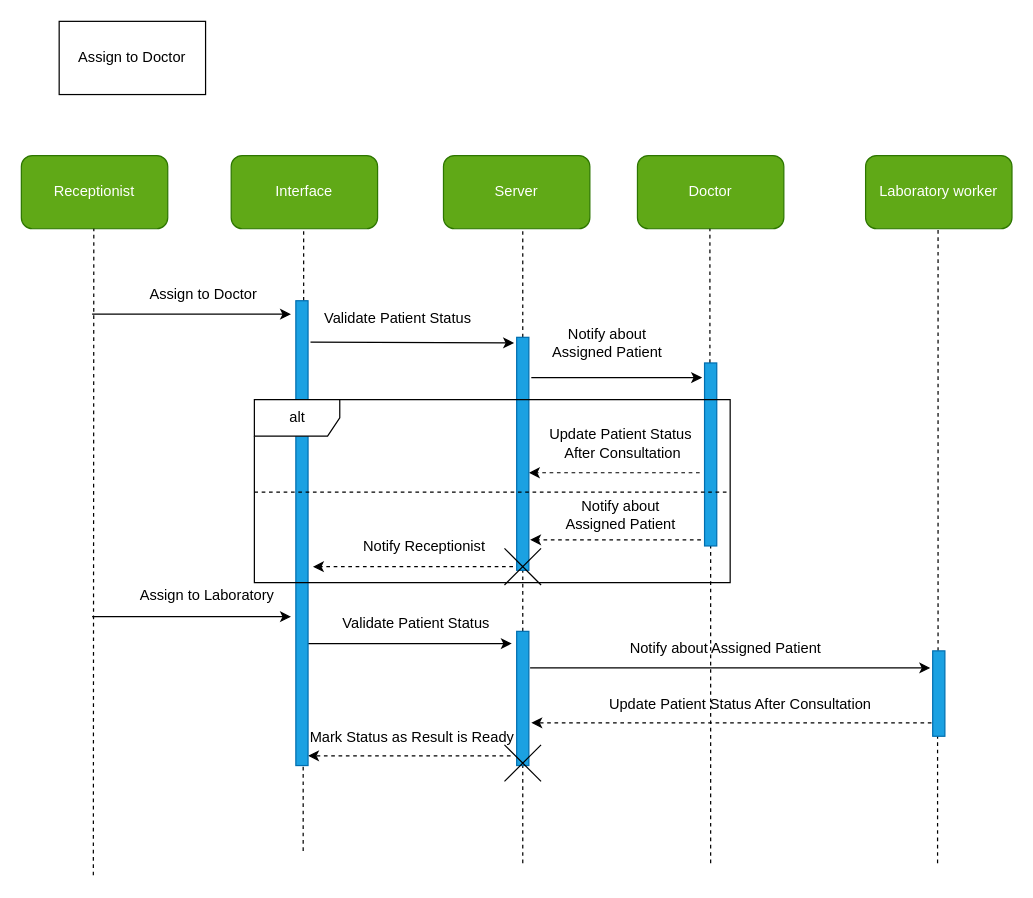
The draw.io diagram UseCase_Diagram/Sisay/Role.dio in Nama21yo/SDS-EMR, before the edit. Source tidied: cells renumbered, new cells numbered last; positions are measured from the earlier drawing's top-left corner, leaving out a move shared by most shapes. Both pictures are drawn from the tidied source at 122%, with x=0, y=0 at pixel (21, 21).
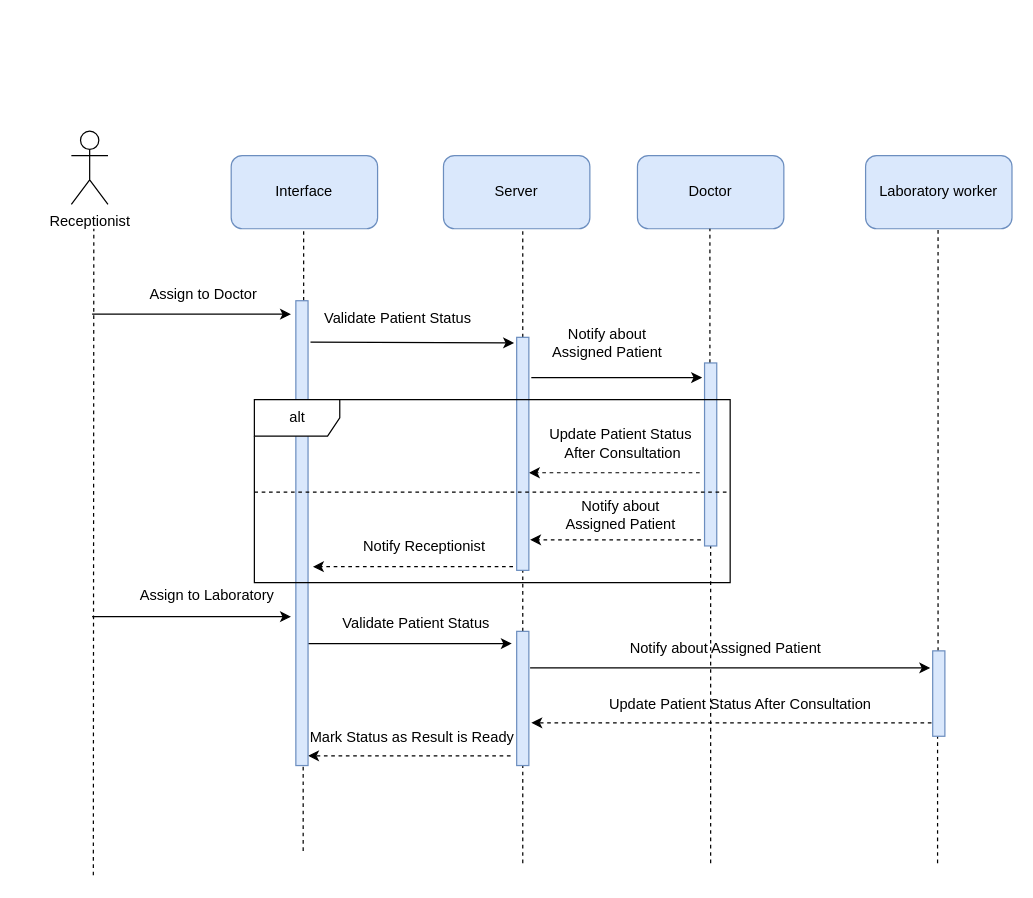
Above is the later version.

The change refers to these unchanged cells:
```xml
<mxCell id="43" value="alt" style="shape=umlFrame;tabWidth=110;tabHeight=30;tabPosition=left;html=1;boundedLbl=1;labelInHeader=1;width=70;height=30;" parent="1" vertex="1">
  <mxGeometry x="191" y="310" width="390" height="150" as="geometry" />
</mxCell>
```

Diff of the diagram source:
```diff
@@
-<mxGraphModel>
+<mxGraphModel background="#ffffff">
@@
-    <mxCell id="2" value="Assign to Doctor" style="rounded=0;whiteSpace=wrap;html=1;" parent="1" vertex="1">
-      <mxGeometry x="31" width="120" height="60" as="geometry" />
-    </mxCell>
-    <mxCell id="3" value="Receptionist" style="rounded=1;whiteSpace=wrap;html=1;fillColor=#60a917;fontColor=#ffffff;strokeColor=#2D7600;" parent="1" vertex="1">
-      <mxGeometry y="110" width="120" height="60" as="geometry" />
-    </mxCell>
-    <mxCell id="4" value="Interface" style="rounded=1;whiteSpace=wrap;html=1;fillColor=#60a917;fontColor=#ffffff;strokeColor=#2D7600;" parent="1" vertex="1">
+    <mxCell id="4" value="Interface" style="rounded=1;whiteSpace=wrap;html=1;fillColor=#dae8fc;strokeColor=#6c8ebf;" parent="1" vertex="1">
       <mxGeometry x="172" y="110" width="120" height="60" as="geometry" />
     </mxCell>
-    <mxCell id="5" value="Doctor" style="rounded=1;whiteSpace=wrap;html=1;fillColor=#60a917;fontColor=#ffffff;strokeColor=#2D7600;" parent="1" vertex="1">
+    <mxCell id="5" value="Doctor" style="rounded=1;whiteSpace=wrap;html=1;fillColor=#dae8fc;strokeColor=#6c8ebf;" parent="1" vertex="1">
       <mxGeometry x="505" y="110" width="120" height="60" as="geometry" />
     </mxCell>
-    <mxCell id="6" value="Laboratory worker" style="rounded=1;whiteSpace=wrap;html=1;fillColor=#60a917;fontColor=#ffffff;strokeColor=#2D7600;" parent="1" vertex="1">
+    <mxCell id="6" value="Laboratory worker" style="rounded=1;whiteSpace=wrap;html=1;fillColor=#dae8fc;strokeColor=#6c8ebf;" parent="1" vertex="1">
       <mxGeometry x="692" y="110" width="120" height="60" as="geometry" />
     </mxCell>
@@
-    <mxCell id="26" value="Server" style="rounded=1;whiteSpace=wrap;html=1;fillColor=#60a917;fontColor=#ffffff;strokeColor=#2D7600;" parent="1" vertex="1">
+    <mxCell id="26" value="Server" style="rounded=1;whiteSpace=wrap;html=1;fillColor=#dae8fc;strokeColor=#6c8ebf;" parent="1" vertex="1">
       <mxGeometry x="346" y="110" width="120" height="60" as="geometry" />
     </mxCell>
@@
-    <mxCell id="36" style="html=1;points=[];perimeter=orthogonalPerimeter;fillColor=#1ba1e2;fontColor=#ffffff;strokeColor=#006EAF;" parent="1" vertex="1">
+    <mxCell id="36" style="html=1;points=[];perimeter=orthogonalPerimeter;fillColor=#dae8fc;strokeColor=#6c8ebf;" parent="1" vertex="1">
       <mxGeometry x="225" y="229" width="10" height="381" as="geometry" />
     </mxCell>
@@
-    <mxCell id="38" style="html=1;points=[];perimeter=orthogonalPerimeter;fillColor=#1ba1e2;fontColor=#ffffff;strokeColor=#006EAF;" parent="1" vertex="1">
+    <mxCell id="38" style="html=1;points=[];perimeter=orthogonalPerimeter;fillColor=#dae8fc;strokeColor=#6c8ebf;" parent="1" vertex="1">
       <mxGeometry x="406" y="259" width="10" height="191" as="geometry" />
     </mxCell>
@@
-    <mxCell id="40" style="html=1;points=[];perimeter=orthogonalPerimeter;fillColor=#1ba1e2;fontColor=#ffffff;strokeColor=#006EAF;" parent="1" vertex="1">
+    <mxCell id="40" style="html=1;points=[];perimeter=orthogonalPerimeter;fillColor=#dae8fc;strokeColor=#6c8ebf;" parent="1" vertex="1">
       <mxGeometry x="560" y="280" width="10" height="150" as="geometry" />
     </mxCell>
@@
-    <mxCell id="42" style="html=1;points=[];perimeter=orthogonalPerimeter;fillColor=#1ba1e2;fontColor=#ffffff;strokeColor=#006EAF;" parent="1" vertex="1">
+    <mxCell id="42" style="html=1;points=[];perimeter=orthogonalPerimeter;fillColor=#dae8fc;strokeColor=#6c8ebf;" parent="1" vertex="1">
       <mxGeometry x="747" y="516" width="10" height="70" as="geometry" />
     </mxCell>
@@
-    <mxCell id="45" style="shape=umlDestroy;" parent="43" vertex="1">
-      <mxGeometry x="205" y="122" width="30" height="30" as="geometry" />
-    </mxCell>
@@
-    <mxCell id="47" style="html=1;points=[];perimeter=orthogonalPerimeter;fillColor=#1ba1e2;fontColor=#ffffff;strokeColor=#006EAF;" parent="1" vertex="1">
+    <mxCell id="47" style="html=1;points=[];perimeter=orthogonalPerimeter;fillColor=#dae8fc;strokeColor=#6c8ebf;" parent="1" vertex="1">
       <mxGeometry x="406" y="500" width="10" height="110" as="geometry" />
     </mxCell>
-    <mxCell id="48" style="shape=umlDestroy;" parent="1" vertex="1">
-      <mxGeometry x="396" y="593" width="30" height="30" as="geometry" />
+    <mxCell id="48" value="Receptionist" style="shape=umlActor;verticalLabelPosition=bottom;verticalAlign=top;html=1;" parent="1" vertex="1">
+      <mxGeometry x="41" y="90" width="30" height="60" as="geometry" />
     </mxCell>
```
